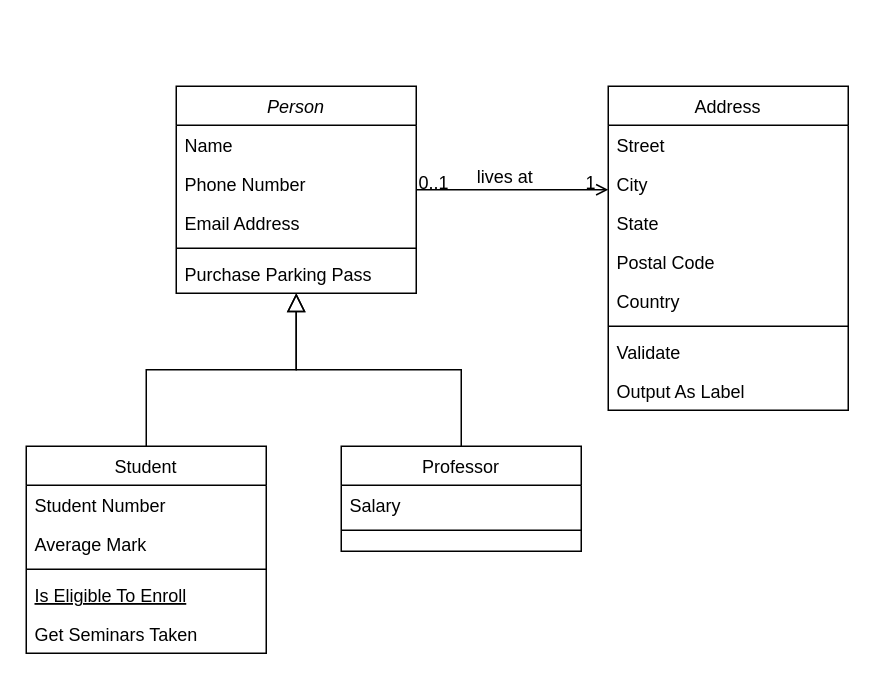
Before: lt/Untitled Diagram.drawio in wcdai/bj, a draw.io diagram. Source tidied: cells renumbered, new cells numbered last; positions are measured from the earlier drawing's top-left corner, leaving out a move shared by most shapes. Both pictures are drawn from the tidied source at 150%, with x=0, y=0 at pixel (26, 86).
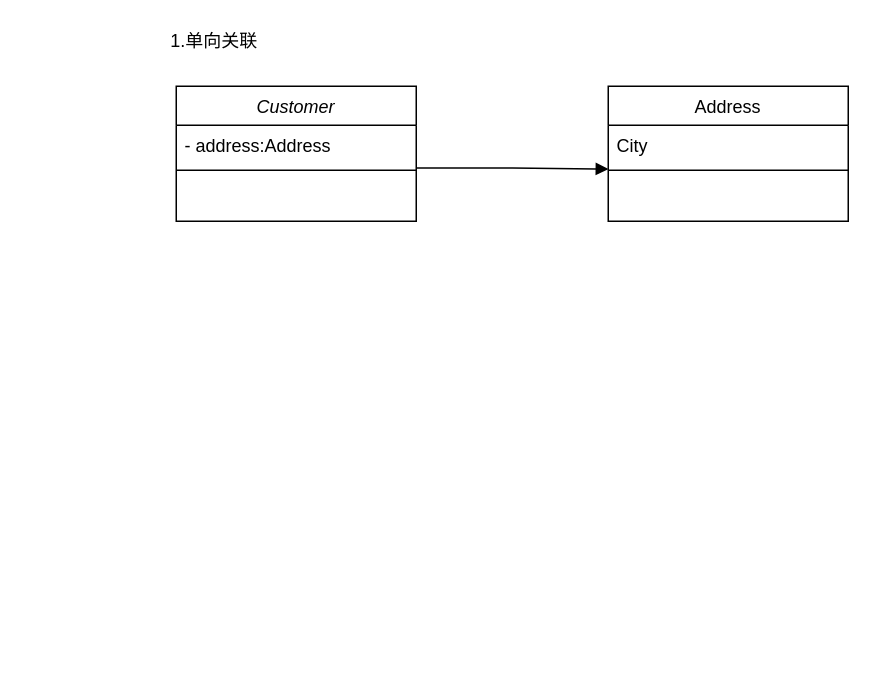
The same page after the edit.

Diff of the diagram source:
```diff
@@
-    <mxCell id="2" value="Person" style="swimlane;fontStyle=2;align=center;verticalAlign=top;horizontal=1;startSize=26;rounded=0;shadow=0;strokeWidth=1;" parent="1" vertex="1">
-      <mxGeometry x="100" width="160" height="138" as="geometry" />
+    <mxCell id="2" value="Customer" style="swimlane;fontStyle=2;align=center;verticalAlign=top;horizontal=1;startSize=26;rounded=0;shadow=0;strokeWidth=1;" parent="1" vertex="1">
+      <mxGeometry x="100" width="160" height="90" as="geometry" />
     </mxCell>
-    <mxCell id="3" value="Name" style="text;align=left;verticalAlign=top;spacingLeft=4;spacingRight=4;overflow=hidden;" parent="2" vertex="1">
+    <mxCell id="3" value="- address:Address" style="text;align=left;verticalAlign=top;spacingLeft=4;spacingRight=4;overflow=hidden;" parent="2" vertex="1">
       <mxGeometry y="26" width="160" height="26" as="geometry" />
     </mxCell>
-    <mxCell id="4" value="Phone Number" style="text;align=left;verticalAlign=top;spacingLeft=4;spacingRight=4;overflow=hidden;rounded=0;shadow=0;html=0;" parent="2" vertex="1">
-      <mxGeometry y="52" width="160" height="26" as="geometry" />
-    </mxCell>
-    <mxCell id="5" value="Email Address" style="text;align=left;verticalAlign=top;spacingLeft=4;spacingRight=4;overflow=hidden;rounded=0;shadow=0;html=0;" parent="2" vertex="1">
-      <mxGeometry y="78" width="160" height="26" as="geometry" />
-    </mxCell>
     <mxCell id="6" style="line;html=1;strokeWidth=1;align=left;verticalAlign=middle;spacingTop=-1;spacingLeft=3;spacingRight=3;labelPosition=right;" parent="2" vertex="1">
-      <mxGeometry y="104" width="160" height="8" as="geometry" />
+      <mxGeometry y="52" width="160" height="8" as="geometry" />
     </mxCell>
-    <mxCell id="7" value="Purchase Parking Pass" style="text;align=left;verticalAlign=top;spacingLeft=4;spacingRight=4;overflow=hidden;" parent="2" vertex="1">
-      <mxGeometry y="112" width="160" height="26" as="geometry" />
-    </mxCell>
-    <mxCell id="8" value="Student" style="swimlane;fontStyle=0;align=center;verticalAlign=top;horizontal=1;startSize=26;rounded=0;shadow=0;strokeWidth=1;" parent="1" vertex="1">
-      <mxGeometry y="240" width="160" height="138" as="geometry" />
-    </mxCell>
-    <mxCell id="9" value="Student Number" style="text;align=left;verticalAlign=top;spacingLeft=4;spacingRight=4;overflow=hidden;" parent="8" vertex="1">
-      <mxGeometry y="26" width="160" height="26" as="geometry" />
-    </mxCell>
-    <mxCell id="10" value="Average Mark" style="text;align=left;verticalAlign=top;spacingLeft=4;spacingRight=4;overflow=hidden;rounded=0;shadow=0;html=0;" parent="8" vertex="1">
-      <mxGeometry y="52" width="160" height="26" as="geometry" />
-    </mxCell>
-    <mxCell id="11" style="line;html=1;strokeWidth=1;align=left;verticalAlign=middle;spacingTop=-1;spacingLeft=3;spacingRight=3;labelPosition=right;" parent="8" vertex="1">
-      <mxGeometry y="78" width="160" height="8" as="geometry" />
-    </mxCell>
-    <mxCell id="12" value="Is Eligible To Enroll" style="text;align=left;verticalAlign=top;spacingLeft=4;spacingRight=4;overflow=hidden;fontStyle=4;" parent="8" vertex="1">
-      <mxGeometry y="86" width="160" height="26" as="geometry" />
-    </mxCell>
-    <mxCell id="13" value="Get Seminars Taken" style="text;align=left;verticalAlign=top;spacingLeft=4;spacingRight=4;overflow=hidden;" parent="8" vertex="1">
-      <mxGeometry y="112" width="160" height="26" as="geometry" />
-    </mxCell>
-    <mxCell id="14" style="endArrow=block;endSize=10;endFill=0;shadow=0;strokeWidth=1;rounded=0;edgeStyle=elbowEdgeStyle;elbow=vertical;" parent="1" edge="1" source="8" target="2">
-      <mxGeometry relative="1" as="geometry" />
-    </mxCell>
-    <mxCell id="15" value="Professor" style="swimlane;fontStyle=0;align=center;verticalAlign=top;horizontal=1;startSize=26;rounded=0;shadow=0;strokeWidth=1;" parent="1" vertex="1">
-      <mxGeometry x="210" y="240" width="160" height="70" as="geometry" />
-    </mxCell>
-    <mxCell id="16" value="Salary" style="text;align=left;verticalAlign=top;spacingLeft=4;spacingRight=4;overflow=hidden;" parent="15" vertex="1">
-      <mxGeometry y="26" width="160" height="26" as="geometry" />
-    </mxCell>
-    <mxCell id="17" style="line;html=1;strokeWidth=1;align=left;verticalAlign=middle;spacingTop=-1;spacingLeft=3;spacingRight=3;labelPosition=right;" parent="15" vertex="1">
-      <mxGeometry y="52" width="160" height="8" as="geometry" />
-    </mxCell>
-    <mxCell id="18" style="endArrow=block;endSize=10;endFill=0;shadow=0;strokeWidth=1;rounded=0;edgeStyle=elbowEdgeStyle;elbow=vertical;" parent="1" edge="1" source="15" target="2">
-      <mxGeometry relative="1" as="geometry" />
-    </mxCell>
     <mxCell id="19" value="Address" style="swimlane;fontStyle=0;align=center;verticalAlign=top;horizontal=1;startSize=26;rounded=0;shadow=0;strokeWidth=1;" parent="1" vertex="1">
-      <mxGeometry x="388" width="160" height="216" as="geometry" />
+      <mxGeometry x="388" width="160" height="90" as="geometry" />
     </mxCell>
-    <mxCell id="20" value="Street" style="text;align=left;verticalAlign=top;spacingLeft=4;spacingRight=4;overflow=hidden;" parent="19" vertex="1">
-      <mxGeometry y="26" width="160" height="26" as="geometry" />
-    </mxCell>
     <mxCell id="21" value="City" style="text;align=left;verticalAlign=top;spacingLeft=4;spacingRight=4;overflow=hidden;points=[[0,0.5],[1,0.5]];portConstraint=eastwest;rounded=0;shadow=0;html=0;" parent="19" vertex="1">
-      <mxGeometry y="52" width="160" height="26" as="geometry" />
+      <mxGeometry y="26" width="160" height="26" as="geometry" />
     </mxCell>
-    <mxCell id="22" value="State" style="text;align=left;verticalAlign=top;spacingLeft=4;spacingRight=4;overflow=hidden;rounded=0;shadow=0;html=0;" parent="19" vertex="1">
-      <mxGeometry y="78" width="160" height="26" as="geometry" />
-    </mxCell>
-    <mxCell id="23" value="Postal Code" style="text;align=left;verticalAlign=top;spacingLeft=4;spacingRight=4;overflow=hidden;rounded=0;shadow=0;html=0;" parent="19" vertex="1">
-      <mxGeometry y="104" width="160" height="26" as="geometry" />
-    </mxCell>
-    <mxCell id="24" value="Country" style="text;align=left;verticalAlign=top;spacingLeft=4;spacingRight=4;overflow=hidden;rounded=0;shadow=0;html=0;" parent="19" vertex="1">
-      <mxGeometry y="130" width="160" height="26" as="geometry" />
-    </mxCell>
     <mxCell id="25" style="line;html=1;strokeWidth=1;align=left;verticalAlign=middle;spacingTop=-1;spacingLeft=3;spacingRight=3;labelPosition=right;" parent="19" vertex="1">
-      <mxGeometry y="156" width="160" height="8" as="geometry" />
+      <mxGeometry y="52" width="160" height="8" as="geometry" />
     </mxCell>
-    <mxCell id="26" value="Validate" style="text;align=left;verticalAlign=top;spacingLeft=4;spacingRight=4;overflow=hidden;" parent="19" vertex="1">
-      <mxGeometry y="164" width="160" height="26" as="geometry" />
-    </mxCell>
-    <mxCell id="27" value="Output As Label" style="text;align=left;verticalAlign=top;spacingLeft=4;spacingRight=4;overflow=hidden;" parent="19" vertex="1">
-      <mxGeometry y="190" width="160" height="26" as="geometry" />
-    </mxCell>
-    <mxCell id="28" style="endArrow=open;shadow=0;strokeWidth=1;rounded=0;endFill=1;edgeStyle=elbowEdgeStyle;elbow=vertical;" parent="1" edge="1" source="2" target="19">
-      <mxGeometry x="0.5" y="41" relative="1" as="geometry">
-        <mxPoint x="-40" y="32" as="offset" />
-      </mxGeometry>
-    </mxCell>
-    <mxCell id="29" value="0..1" style="align=left;verticalAlign=bottom;labelBackgroundColor=none;fontSize=12;" parent="28" vertex="1">
-      <mxGeometry x="-1" relative="1" as="geometry">
-        <mxPoint y="4" as="offset" />
-      </mxGeometry>
-    </mxCell>
-    <mxCell id="30" value="1" style="align=right;verticalAlign=bottom;labelBackgroundColor=none;fontSize=12;" parent="28" vertex="1">
-      <mxGeometry x="1" relative="1" as="geometry">
-        <mxPoint x="-7" y="4" as="offset" />
-      </mxGeometry>
-    </mxCell>
-    <mxCell id="31" value="lives at" style="text;html=1;align=center;verticalAlign=middle;labelBackgroundColor=none;rounded=0;shadow=0;strokeWidth=1;fontSize=12;" parent="28" vertex="1">
-      <mxGeometry x="0.5" y="49" relative="1" as="geometry">
-        <mxPoint x="-38" y="40" as="offset" />
-      </mxGeometry>
-    </mxCell>
+    <mxCell id="32" style="endArrow=block;endFill=1;html=1;edgeStyle=orthogonalEdgeStyle;align=left;verticalAlign=top;rounded=0;entryX=0.001;entryY=1.123;entryDx=0;entryDy=0;entryPerimeter=0;" parent="1" edge="1" target="21">
+      <mxGeometry x="-1" relative="1" as="geometry">
+        <mxPoint x="260" y="54.5" as="sourcePoint" />
+        <Array as="points">
+          <mxPoint x="324" y="55" />
+        </Array>
+      </mxGeometry>
+    </mxCell>
+    <mxCell id="33" value="1.单向关联" style="text;html=1;align=center;verticalAlign=middle;strokeColor=none;fillColor=none;" parent="1" vertex="1">
+      <mxGeometry x="90" y="-40" width="70" height="20" as="geometry" />
+    </mxCell>
```
